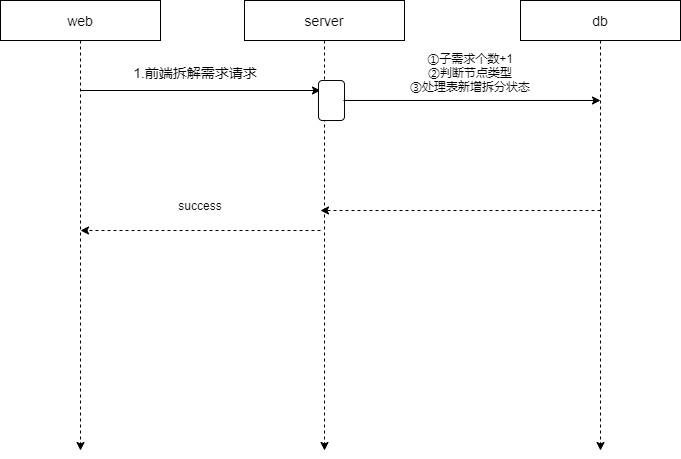
Above: Company/requirement.png in LePeitiPrince/note-picture (draw.io), before the change. Source tidied: cells renumbered, new cells last; positions are measured from the earlier drawing's top-left corner, leaving out a move shared by most shapes.
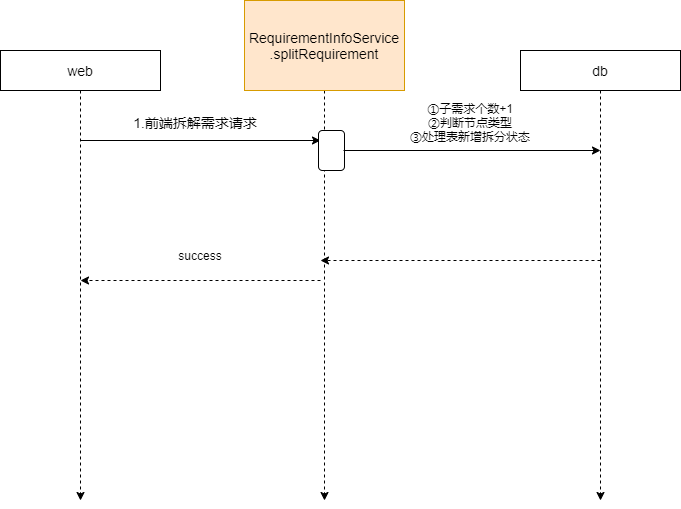
Above is the later version.

What changed in the source:
```diff
@@ -15,8 +15,8 @@
         <mxPoint x="324" y="450" as="targetPoint" />
       </mxGeometry>
     </mxCell>
-    <mxCell id="5" value="server" style="rounded=0;whiteSpace=wrap;html=1;fontSize=14;" parent="1" vertex="1">
-      <mxGeometry x="244" width="160" height="40" as="geometry" />
+    <mxCell id="5" value="RequirementInfoService&lt;br&gt;.splitRequirement" style="rounded=0;whiteSpace=wrap;html=1;fontSize=14;fillColor=#ffe6cc;strokeColor=#d79b00;" parent="1" vertex="1">
+      <mxGeometry x="244" y="-50" width="160" height="90" as="geometry" />
     </mxCell>
     <mxCell id="6" style="edgeStyle=orthogonalEdgeStyle;rounded=0;jettySize=auto;html=1;exitX=0.5;exitY=1;exitDx=0;exitDy=0;fontSize=14;dashed=1;" parent="1" edge="1" source="7">
       <mxGeometry relative="1" as="geometry">
```
